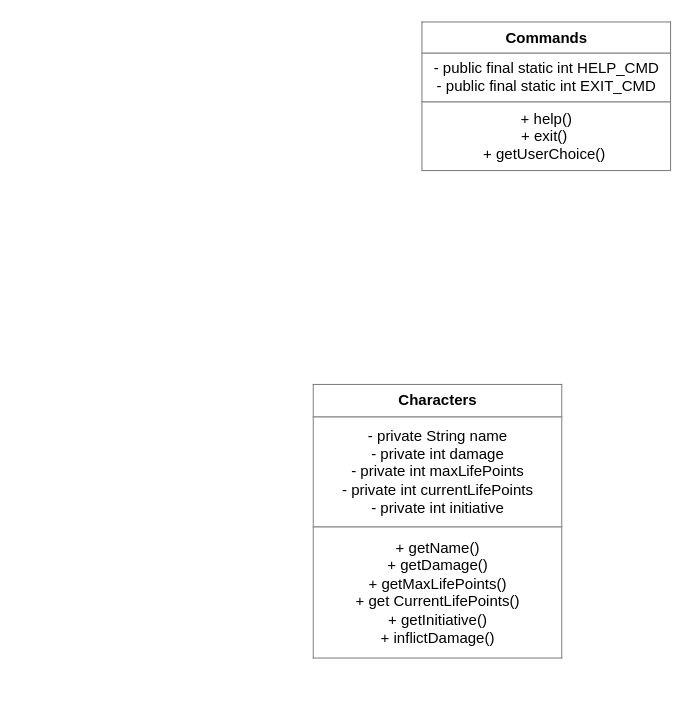
This is POO Diagram.drawio from SarahHayat/pooDnd, a draw.io file, before an edit. Source tidied: cells renumbered, new cells numbered last; positions are measured from the earlier drawing's top-left corner, leaving out a move shared by most shapes. Both pictures are drawn from the tidied source at 125%, with x=0, y=0 at pixel (312, 21).
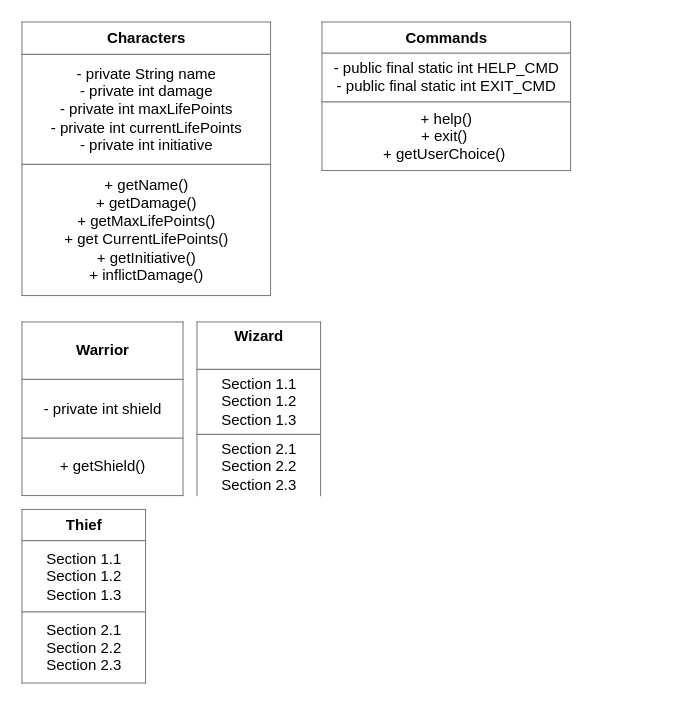
Above is the later version.

The edit, as a diff of the source:
```diff
@@
 <mxGraphModel>
   <root>
     <mxCell id="0" />
     <mxCell id="1" parent="0" />
     <mxCell id="2" value="&lt;table border=&quot;1&quot; width=&quot;100%&quot; cellpadding=&quot;4&quot; style=&quot;width: 100% ; height: 100% ; border-collapse: collapse&quot;&gt;&lt;tbody&gt;&lt;tr&gt;&lt;th align=&quot;center&quot;&gt;Commands&lt;/th&gt;&lt;/tr&gt;&lt;tr&gt;&lt;td align=&quot;center&quot;&gt;- public final static int HELP_CMD&lt;br&gt;- public final static int EXIT_CMD&lt;/td&gt;&lt;/tr&gt;&lt;tr&gt;&lt;td align=&quot;center&quot;&gt;+ help()&lt;br&gt;+ exit()&amp;nbsp;&lt;br&gt;+ getUserChoice()&amp;nbsp;&lt;br&gt;&lt;/td&gt;&lt;/tr&gt;&lt;/tbody&gt;&lt;/table&gt;" style="text;html=1;strokeColor=none;fillColor=none;overflow=fill;" parent="1" vertex="1">
-      <mxGeometry x="87" width="200" height="120" as="geometry" />
+      <mxGeometry x="7" width="200" height="120" as="geometry" />
     </mxCell>
     <mxCell id="3" value="&lt;table border=&quot;1&quot; width=&quot;100%&quot; cellpadding=&quot;4&quot; style=&quot;width: 100% ; height: 100% ; border-collapse: collapse&quot;&gt;&lt;tbody&gt;&lt;tr&gt;&lt;th align=&quot;center&quot;&gt;&lt;b&gt;Characters&lt;/b&gt;&lt;/th&gt;&lt;/tr&gt;&lt;tr&gt;&lt;td align=&quot;center&quot;&gt;- private String name&lt;br&gt;- private int damage&lt;br&gt;- private int maxLifePoints&lt;br&gt;- private int currentLifePoints&lt;br&gt;- private int initiative&lt;br&gt;&lt;/td&gt;&lt;/tr&gt;&lt;tr&gt;&lt;td align=&quot;center&quot;&gt;+ getName()&lt;br&gt;+ getDamage()&lt;br&gt;+ getMaxLifePoints()&lt;br&gt;+ get CurrentLifePoints()&lt;br&gt;+ getInitiative()&lt;br&gt;+ inflictDamage()&lt;/td&gt;&lt;/tr&gt;&lt;/tbody&gt;&lt;/table&gt;" style="text;html=1;strokeColor=none;fillColor=none;overflow=fill;" parent="1" vertex="1">
-      <mxGeometry y="290" width="200" height="220" as="geometry" />
+      <mxGeometry x="-233" width="200" height="220" as="geometry" />
     </mxCell>
+    <mxCell id="4" value="&lt;table border=&quot;1&quot; width=&quot;100%&quot; cellpadding=&quot;4&quot; style=&quot;width: 100% ; height: 100% ; border-collapse: collapse&quot;&gt;&lt;tbody&gt;&lt;tr&gt;&lt;th align=&quot;center&quot;&gt;Warrior&lt;/th&gt;&lt;/tr&gt;&lt;tr&gt;&lt;td align=&quot;center&quot;&gt;- private int shield&lt;/td&gt;&lt;/tr&gt;&lt;tr&gt;&lt;td align=&quot;center&quot;&gt;+ getShield()&lt;/td&gt;&lt;/tr&gt;&lt;/tbody&gt;&lt;/table&gt;" style="text;html=1;strokeColor=none;fillColor=none;overflow=fill;" parent="1" vertex="1">
+      <mxGeometry x="-233" y="240" width="130" height="140" as="geometry" />
+    </mxCell>
+    <mxCell id="5" value="&lt;table border=&quot;1&quot; width=&quot;100%&quot; cellpadding=&quot;4&quot; style=&quot;width: 100% ; height: 100% ; border-collapse: collapse&quot;&gt;&lt;tbody&gt;&lt;tr&gt;&lt;th align=&quot;center&quot;&gt;&lt;b&gt;Thief&lt;/b&gt;&lt;/th&gt;&lt;/tr&gt;&lt;tr&gt;&lt;td align=&quot;center&quot;&gt;Section 1.1&lt;br&gt;Section 1.2&lt;br&gt;Section 1.3&lt;/td&gt;&lt;/tr&gt;&lt;tr&gt;&lt;td align=&quot;center&quot;&gt;Section 2.1&lt;br&gt;Section 2.2&lt;br&gt;Section 2.3&lt;/td&gt;&lt;/tr&gt;&lt;/tbody&gt;&lt;/table&gt;" style="text;html=1;strokeColor=none;fillColor=none;overflow=fill;" parent="1" vertex="1">
+      <mxGeometry x="-233" y="390" width="100" height="140" as="geometry" />
+    </mxCell>
+    <mxCell id="6" value="&lt;table border=&quot;1&quot; width=&quot;100%&quot; cellpadding=&quot;4&quot; style=&quot;width: 100% ; height: 100% ; border-collapse: collapse&quot;&gt;&lt;tbody&gt;&lt;tr&gt;&lt;th align=&quot;center&quot;&gt;Wizard&lt;br&gt;&lt;br&gt;&lt;/th&gt;&lt;/tr&gt;&lt;tr&gt;&lt;td align=&quot;center&quot;&gt;Section 1.1&lt;br&gt;Section 1.2&lt;br&gt;Section 1.3&lt;/td&gt;&lt;/tr&gt;&lt;tr&gt;&lt;td align=&quot;center&quot;&gt;Section 2.1&lt;br&gt;Section 2.2&lt;br&gt;Section 2.3&lt;/td&gt;&lt;/tr&gt;&lt;/tbody&gt;&lt;/table&gt;" style="text;html=1;strokeColor=none;fillColor=none;overflow=fill;" parent="1" vertex="1">
+      <mxGeometry x="-93" y="240" width="100" height="140" as="geometry" />
+    </mxCell>
   </root>
 </mxGraphModel>
```
